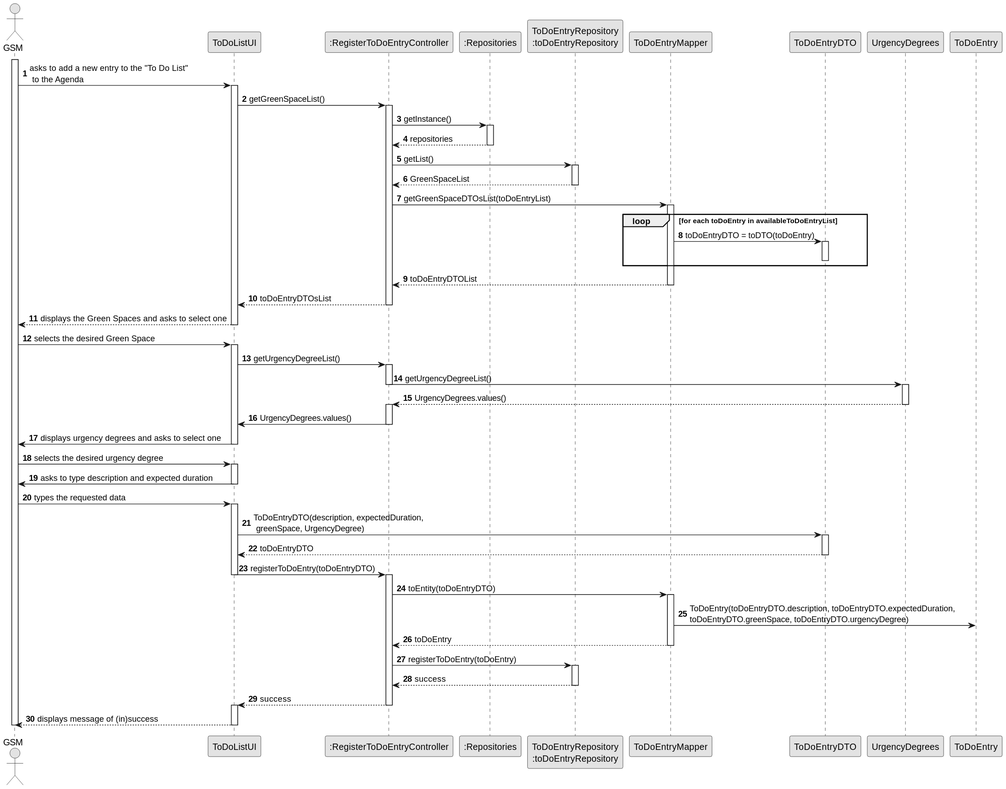
This is docs/sprintC/us021/03.design/svg/us021-sequence-diagram.svg from Departamento-de-Engenharia-Informatica/lei-24-s2-1do-g164, a PlantUML export, as it was before one commit.
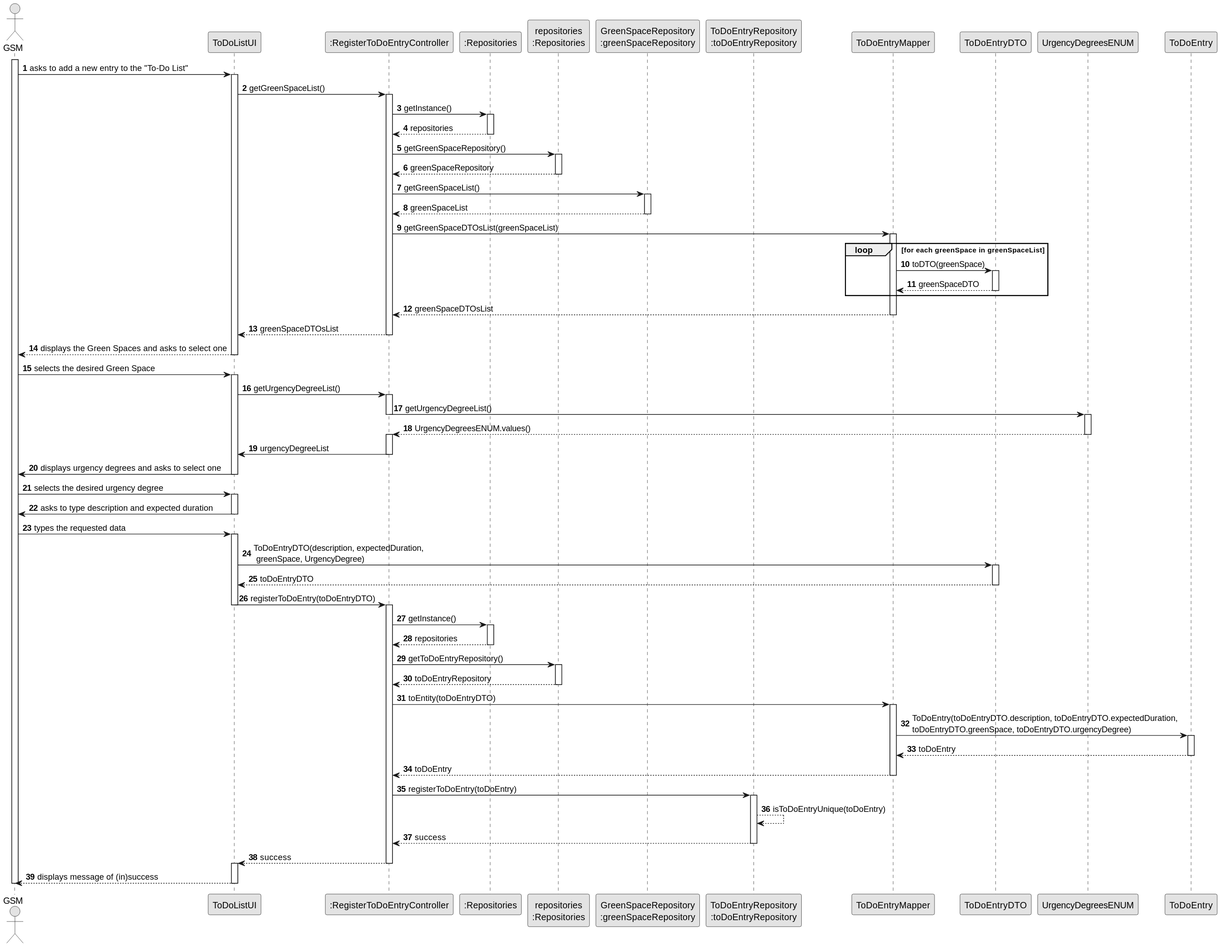
After the commit.

The edit, as a diff of the source:
```diff
@@ -9,13 +9,15 @@
 participant "ToDoListUI" as UI
 participant ":RegisterToDoEntryController" as CTRL
 participant ":Repositories" as RepositorySingleton
+participant "repositories\n:Repositories" as PLAT
+participant "GreenSpaceRepository\n:greenSpaceRepository" as GreenRepo
 participant "ToDoEntryRepository\n:toDoEntryRepository" as TaskRepo
 participant "ToDoEntryMapper"
 participant "ToDoEntryDTO"
 
 activate Employee
 
-    Employee -> UI : asks to add a new entry to the "To Do List"\n to the Agenda
+    Employee -> UI : asks to add a new entry to the "To-Do List"
 
     activate UI
 
@@ -26,29 +28,37 @@
             activate RepositorySingleton
 
                 RepositorySingleton --> CTRL: repositories
-            deactivate RepositorySingleton
+                deactivate RepositorySingleton
+                CTRL -> PLAT : getGreenSpaceRepository()
+                activate PLAT
+                PLAT --> CTRL : greenSpaceRepository
+                deactivate PLAT
 
-            CTRL -> TaskRepo : getList()
-            activate TaskRepo
 
-                TaskRepo --> CTRL : GreenSpaceList
-            deactivate TaskRepo
 
-            CTRL -> "ToDoEntryMapper" : getGreenSpaceDTOsList(toDoEntryList)
+
+            CTRL -> GreenRepo : getGreenSpaceList()
+            activate GreenRepo
+
+                GreenRepo --> CTRL : greenSpaceList
+            deactivate GreenRepo
+
+            CTRL -> "ToDoEntryMapper" : getGreenSpaceDTOsList(greenSpaceList)
             activate "ToDoEntryMapper"
 
-            loop for each toDoEntry in availableToDoEntryList
-                ToDoEntryMapper -> ToDoEntryDTO: toDoEntryDTO = toDTO(toDoEntry)
+            loop for each greenSpace in greenSpaceList
+                ToDoEntryMapper -> ToDoEntryDTO: toDTO(greenSpace)
                 activate ToDoEntryDTO
+              ToDoEntryDTO --> ToDoEntryMapper : greenSpaceDTO
                 deactivate ToDoEntryDTO
 
 
             end
 
-            ToDoEntryMapper --> CTRL: toDoEntryDTOList
+            ToDoEntryMapper --> CTRL: greenSpaceDTOsList
             deactivate ToDoEntryMapper
 
-            CTRL --> UI : toDoEntryDTOsList
+            CTRL --> UI : greenSpaceDTOsList
         deactivate CTRL
 
         UI --> Employee : displays the Green Spaces and asks to select one
@@ -60,13 +70,13 @@
     UI -> CTRL : getUrgencyDegreeList()
             activate CTRL
 
-    CTRL -> UrgencyDegrees : getUrgencyDegreeList()
+    CTRL -> UrgencyDegreesENUM : getUrgencyDegreeList()
     deactivate CTRL
-    activate UrgencyDegrees
-    UrgencyDegrees --> CTRL : UrgencyDegrees.values()
-deactivate UrgencyDegrees
+    activate UrgencyDegreesENUM
+    UrgencyDegreesENUM --> CTRL : UrgencyDegreesENUM.values()
+deactivate UrgencyDegreesENUM
 activate CTRL
-CTRL -> UI : UrgencyDegrees.values()
+CTRL -> UI : urgencyDegreeList
 deactivate CTRL
         UI -> Employee : displays urgency degrees and asks to select one
     deactivate UI
@@ -88,17 +98,33 @@
         activate CTRL
 
 
-            CTRL -> "ToDoEntryMapper" : toEntity(toDoEntryDTO)
-            activate "ToDoEntryMapper"
 
 
-                "ToDoEntryMapper" -> ToDoEntry : ToDoEntry(toDoEntryDTO.description, toDoEntryDTO.expectedDuration, \ntoDoEntryDTO.greenSpace, toDoEntryDTO.urgencyDegree)
-                "ToDoEntryMapper" --> CTRL : toDoEntry
-            deactivate "ToDoEntryMapper"
+CTRL -> RepositorySingleton : getInstance()
+            activate RepositorySingleton
 
-            CTRL -> TaskRepo : registerToDoEntry(toDoEntry)
+                RepositorySingleton --> CTRL: repositories
+                deactivate RepositorySingleton
+                CTRL -> PLAT : getToDoEntryRepository()
+                activate PLAT
+                PLAT --> CTRL : toDoEntryRepository
+                deactivate PLAT
+                CTRL -> "ToDoEntryMapper" : toEntity(toDoEntryDTO)
+                            activate "ToDoEntryMapper"
+
+
+                                "ToDoEntryMapper" -> ToDoEntry : ToDoEntry(toDoEntryDTO.description, toDoEntryDTO.expectedDuration, \ntoDoEntryDTO.greenSpace, toDoEntryDTO.urgencyDegree)
+                                activate ToDoEntry
+                                ToDoEntry --> "ToDoEntryMapper" : toDoEntry
+                             deactivate ToDoEntry
+                                "ToDoEntryMapper" --> CTRL : toDoEntry
+                            deactivate "ToDoEntryMapper"
+                CTRL -> TaskRepo : registerToDoEntry(toDoEntry)
+
             activate TaskRepo
 
+
+TaskRepo --> TaskRepo : isToDoEntryUnique(toDoEntry)
                 TaskRepo --> CTRL : success
 
             deactivate TaskRepo
```
